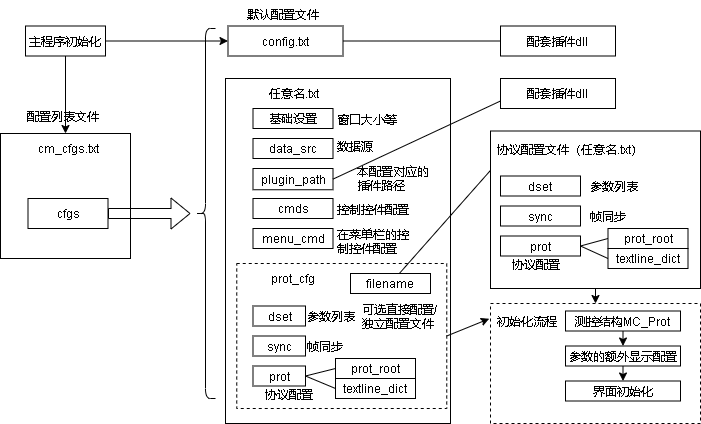
Earlier version of the draw.io export doc/draft/配置结构.png (yangzigy/com_mc). Source tidied: cells renumbered, new cells last; positions are measured from the earlier drawing's top-left corner, leaving out a move shared by most shapes.
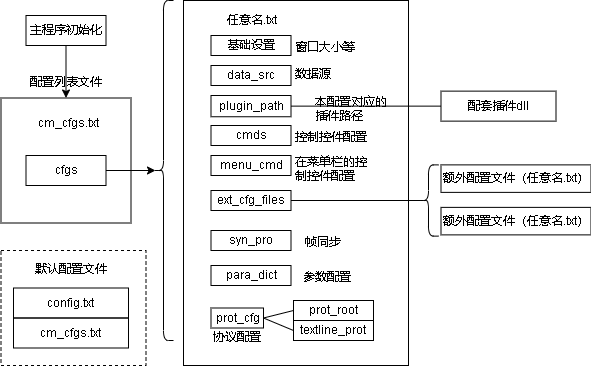
The same file after the commit.

Diff of the diagram source:
```diff
@@ -2,123 +2,85 @@
   <root>
     <mxCell id="0" />
     <mxCell id="1" parent="0" />
-    <mxCell id="2" style="rounded=0;whiteSpace=wrap;html=1;fillColor=none;dashed=1;" parent="1" vertex="1">
-      <mxGeometry x="490" y="302" width="210" height="120" as="geometry" />
-    </mxCell>
     <mxCell id="3" style="rounded=0;whiteSpace=wrap;html=1;fillColor=none;" parent="1" vertex="1">
-      <mxGeometry x="225" y="77" width="225" height="345" as="geometry" />
+      <mxGeometry x="225" y="57" width="225" height="365" as="geometry" />
     </mxCell>
-    <mxCell id="4" style="rounded=0;whiteSpace=wrap;html=1;fillColor=none;dashed=1;" parent="1" vertex="1">
-      <mxGeometry x="236.2" y="262" width="210" height="145" as="geometry" />
-    </mxCell>
-    <mxCell id="5" style="rounded=0;whiteSpace=wrap;html=1;fillColor=none;" parent="1" vertex="1">
-      <mxGeometry x="490" y="129.5" width="210" height="157.5" as="geometry" />
+    <mxCell id="5" value="&lt;span style=&quot;text-align: left&quot;&gt;额外配置文件（任意名.txt）&lt;/span&gt;" style="rounded=0;whiteSpace=wrap;html=1;fillColor=none;" parent="1" vertex="1">
+      <mxGeometry x="482.5" y="221.4" width="150" height="27.5" as="geometry" />
     </mxCell>
-    <mxCell id="6" value="config.txt" style="rounded=0;whiteSpace=wrap;html=1;fillColor=none;" parent="1" vertex="1">
-      <mxGeometry x="227.5" y="24.5" width="115" height="30" as="geometry" />
-    </mxCell>
     <mxCell id="7" style="rounded=0;whiteSpace=wrap;html=1;fillColor=none;" parent="1" vertex="1">
-      <mxGeometry y="132" width="130" height="125" as="geometry" />
+      <mxGeometry x="42.5" y="154.5" width="130" height="125" as="geometry" />
     </mxCell>
     <mxCell id="8" value="cm_cfgs.txt" style="text;html=1;align=center;verticalAlign=middle;strokeColor=none;fillColor=none;" parent="1" vertex="1">
-      <mxGeometry x="30" y="137" width="75" height="20" as="geometry" />
+      <mxGeometry x="72.5" y="169.5" width="75" height="20" as="geometry" />
     </mxCell>
     <mxCell id="9" value="cfgs" style="rounded=0;whiteSpace=wrap;html=1;" parent="1" vertex="1">
-      <mxGeometry x="27.5" y="197" width="80" height="30" as="geometry" />
+      <mxGeometry x="67.5" y="212" width="80" height="30" as="geometry" />
     </mxCell>
     <mxCell id="10" value="基础设置" style="rounded=0;whiteSpace=wrap;html=1;" parent="1" vertex="1">
-      <mxGeometry x="252.5" y="107" width="80" height="20" as="geometry" />
+      <mxGeometry x="252.5" y="92" width="80" height="20" as="geometry" />
     </mxCell>
     <mxCell id="11" value="配置列表文件" style="text;whiteSpace=wrap;html=1;" parent="1" vertex="1">
-      <mxGeometry x="25" y="102" width="80" height="25" as="geometry" />
+      <mxGeometry x="70" y="124.5" width="80" height="25" as="geometry" />
     </mxCell>
-    <mxCell id="12" value="默认配置文件" style="text;whiteSpace=wrap;html=1;" parent="1" vertex="1">
-      <mxGeometry x="245" y="-0.5" width="80" height="25" as="geometry" />
-    </mxCell>
     <mxCell id="13" value="窗口大小等" style="text;whiteSpace=wrap;html=1;" parent="1" vertex="1">
-      <mxGeometry x="335" y="104.5" width="80" height="25" as="geometry" />
+      <mxGeometry x="335" y="89.5" width="80" height="25" as="geometry" />
     </mxCell>
-    <mxCell id="14" style="shape=flexArrow;endArrow=classic;html=1;rounded=0;exitX=1;exitY=0.5;exitDx=0;exitDy=0;" parent="1" edge="1" source="9">
-      <mxGeometry relative="1" as="geometry">
-        <mxPoint x="190" y="212" as="targetPoint" />
-      </mxGeometry>
-    </mxCell>
     <mxCell id="15" style="shape=curlyBracket;whiteSpace=wrap;html=1;rounded=1;" parent="1" vertex="1">
-      <mxGeometry x="195" y="27" width="20" height="370" as="geometry" />
+      <mxGeometry x="195" y="57" width="20" height="340" as="geometry" />
     </mxCell>
     <mxCell id="16" value="任意名.txt" style="text;html=1;align=center;verticalAlign=middle;strokeColor=none;fillColor=none;" parent="1" vertex="1">
-      <mxGeometry x="260" y="82" width="65" height="20" as="geometry" />
+      <mxGeometry x="260" y="67" width="65" height="20" as="geometry" />
     </mxCell>
     <mxCell id="17" value="主程序初始化" style="rounded=0;whiteSpace=wrap;html=1;" parent="1" vertex="1">
-      <mxGeometry x="25" y="24.5" width="80" height="30" as="geometry" />
+      <mxGeometry x="67.5" y="72" width="80" height="30" as="geometry" />
     </mxCell>
     <mxCell id="18" style="endArrow=classic;html=1;rounded=0;exitX=0.5;exitY=1;exitDx=0;exitDy=0;" parent="1" edge="1" source="17" target="7">
       <mxGeometry relative="1" as="geometry" />
     </mxCell>
-    <mxCell id="19" style="endArrow=classic;html=1;rounded=0;" parent="1" edge="1" source="17" target="6">
+    <mxCell id="19" style="endArrow=classic;html=1;rounded=0;entryX=0.1;entryY=0.5;entryDx=0;entryDy=0;entryPerimeter=0;exitX=1;exitY=0.5;exitDx=0;exitDy=0;" parent="1" edge="1" source="9" target="15">
       <mxGeometry relative="1" as="geometry" />
     </mxCell>
     <mxCell id="20" value="data_src" style="rounded=0;whiteSpace=wrap;html=1;" parent="1" vertex="1">
-      <mxGeometry x="252.5" y="137" width="80" height="20" as="geometry" />
+      <mxGeometry x="252.5" y="122" width="80" height="20" as="geometry" />
     </mxCell>
     <mxCell id="21" value="plugin_path" style="rounded=0;whiteSpace=wrap;html=1;" parent="1" vertex="1">
-      <mxGeometry x="252.5" y="167" width="80" height="21.2" as="geometry" />
+      <mxGeometry x="252.5" y="152" width="80" height="21.2" as="geometry" />
     </mxCell>
-    <mxCell id="22" value="dset" style="rounded=0;whiteSpace=wrap;html=1;" parent="1" vertex="1">
-      <mxGeometry x="252.5" y="304.5" width="52.5" height="20" as="geometry" />
-    </mxCell>
     <mxCell id="23" value="cmds" style="rounded=0;whiteSpace=wrap;html=1;" parent="1" vertex="1">
-      <mxGeometry x="252.5" y="197" width="80" height="20" as="geometry" />
+      <mxGeometry x="252.5" y="182" width="80" height="20" as="geometry" />
     </mxCell>
     <mxCell id="24" value="menu_cmd" style="rounded=0;whiteSpace=wrap;html=1;" parent="1" vertex="1">
-      <mxGeometry x="252.5" y="227" width="80" height="20" as="geometry" />
+      <mxGeometry x="252.5" y="212" width="80" height="20" as="geometry" />
     </mxCell>
     <mxCell id="25" value="数据源" style="text;whiteSpace=wrap;html=1;" parent="1" vertex="1">
-      <mxGeometry x="335" y="132" width="80" height="25" as="geometry" />
+      <mxGeometry x="335" y="117" width="80" height="25" as="geometry" />
     </mxCell>
     <mxCell id="26" value="本配置对应的插件路径" style="text;whiteSpace=wrap;html=1;" parent="1" vertex="1">
-      <mxGeometry x="355" y="157" width="80" height="37.5" as="geometry" />
+      <mxGeometry x="355" y="144.5" width="80" height="37.5" as="geometry" />
     </mxCell>
-    <mxCell id="27" value="协议配置文件（任意名.txt）" style="text;whiteSpace=wrap;html=1;" parent="1" vertex="1">
-      <mxGeometry x="495" y="134.5" width="155" height="25" as="geometry" />
-    </mxCell>
     <mxCell id="28" value="控制控件配置" style="text;whiteSpace=wrap;html=1;" parent="1" vertex="1">
-      <mxGeometry x="335" y="194.5" width="80" height="25" as="geometry" />
+      <mxGeometry x="335" y="179.5" width="80" height="25" as="geometry" />
     </mxCell>
     <mxCell id="29" value="在菜单栏的控制控件配置" style="text;whiteSpace=wrap;html=1;" parent="1" vertex="1">
-      <mxGeometry x="335" y="219.5" width="80" height="37.5" as="geometry" />
+      <mxGeometry x="335" y="204.5" width="80" height="37.5" as="geometry" />
     </mxCell>
-    <mxCell id="30" value="配套插件dll" style="rounded=0;whiteSpace=wrap;html=1;fillColor=none;" parent="1" vertex="1">
-      <mxGeometry x="500" y="24.5" width="115" height="30" as="geometry" />
-    </mxCell>
     <mxCell id="31" value="配套插件dll" style="rounded=0;whiteSpace=wrap;html=1;fillColor=none;" parent="1" vertex="1">
-      <mxGeometry x="500" y="77" width="115" height="30" as="geometry" />
+      <mxGeometry x="482.5" y="147.6" width="115" height="30" as="geometry" />
     </mxCell>
-    <mxCell id="32" style="endArrow=none;html=1;rounded=0;exitX=1;exitY=0.5;exitDx=0;exitDy=0;entryX=0;entryY=0.5;entryDx=0;entryDy=0;endFill=0;" parent="1" edge="1" source="6" target="30">
-      <mxGeometry relative="1" as="geometry" />
-    </mxCell>
-    <mxCell id="33" style="endArrow=none;html=1;rounded=0;exitX=1;exitY=0.5;exitDx=0;exitDy=0;entryX=0;entryY=0.75;entryDx=0;entryDy=0;endFill=0;" parent="1" edge="1" source="21" target="31">
+    <mxCell id="33" style="endArrow=none;html=1;rounded=0;exitX=1;exitY=0.5;exitDx=0;exitDy=0;entryX=0;entryY=0.5;entryDx=0;entryDy=0;endFill=0;" parent="1" edge="1" source="21" target="31">
       <mxGeometry relative="1" as="geometry" />
     </mxCell>
-    <mxCell id="34" value="sync" style="rounded=0;whiteSpace=wrap;html=1;" parent="1" vertex="1">
-      <mxGeometry x="252.5" y="334.5" width="52.5" height="20" as="geometry" />
-    </mxCell>
-    <mxCell id="35" value="参数列表" style="text;whiteSpace=wrap;html=1;" parent="1" vertex="1">
-      <mxGeometry x="305" y="302" width="50" height="25" as="geometry" />
-    </mxCell>
-    <mxCell id="36" value="帧同步" style="text;whiteSpace=wrap;html=1;" parent="1" vertex="1">
-      <mxGeometry x="305" y="332" width="45" height="25" as="geometry" />
-    </mxCell>
-    <mxCell id="37" value="prot" style="rounded=0;whiteSpace=wrap;html=1;" parent="1" vertex="1">
+    <mxCell id="37" value="prot_cfg" style="rounded=0;whiteSpace=wrap;html=1;" parent="1" vertex="1">
       <mxGeometry x="252.5" y="364.5" width="52.5" height="20" as="geometry" />
     </mxCell>
     <mxCell id="38" value="协议配置" style="text;whiteSpace=wrap;html=1;" parent="1" vertex="1">
-      <mxGeometry x="262.5" y="379.5" width="60" height="25" as="geometry" />
+      <mxGeometry x="252.5" y="379.5" width="60" height="25" as="geometry" />
     </mxCell>
     <mxCell id="39" value="prot_root" style="rounded=0;whiteSpace=wrap;html=1;" parent="1" vertex="1">
       <mxGeometry x="335" y="357" width="80" height="20" as="geometry" />
     </mxCell>
-    <mxCell id="40" value="textline_dict" style="rounded=0;whiteSpace=wrap;html=1;" parent="1" vertex="1">
+    <mxCell id="40" value="textline_prot" style="rounded=0;whiteSpace=wrap;html=1;" parent="1" vertex="1">
       <mxGeometry x="335" y="377" width="80" height="20" as="geometry" />
     </mxCell>
     <mxCell id="41" style="endArrow=none;html=1;rounded=0;exitX=1;exitY=0.5;exitDx=0;exitDy=0;entryX=0;entryY=0.5;entryDx=0;entryDy=0;endFill=0;" parent="1" edge="1" source="37" target="40">
@@ -127,71 +89,41 @@
     <mxCell id="42" style="endArrow=none;html=1;rounded=0;exitX=1;exitY=0.5;exitDx=0;exitDy=0;entryX=0;entryY=0.5;entryDx=0;entryDy=0;endFill=0;" parent="1" edge="1" source="37" target="39">
       <mxGeometry relative="1" as="geometry" />
     </mxCell>
-    <mxCell id="43" value="prot_cfg" style="rounded=0;whiteSpace=wrap;html=1;strokeColor=none;" parent="1" vertex="1">
-      <mxGeometry x="252.5" y="267" width="80" height="20" as="geometry" />
-    </mxCell>
-    <mxCell id="44" value="可选直接配置/独立配置文件" style="text;whiteSpace=wrap;html=1;" parent="1" vertex="1">
-      <mxGeometry x="360" y="294.5" width="80" height="37.5" as="geometry" />
-    </mxCell>
-    <mxCell id="45" style="endArrow=none;html=1;rounded=0;endFill=0;entryX=0;entryY=0.25;entryDx=0;entryDy=0;" parent="1" edge="1" source="60" target="5">
+    <mxCell id="45" style="endArrow=none;html=1;rounded=0;endFill=0;entryX=0.1;entryY=0.5;entryDx=0;entryDy=0;entryPerimeter=0;exitX=1;exitY=0.5;exitDx=0;exitDy=0;" parent="1" edge="1" source="60" target="67">
       <mxGeometry relative="1" as="geometry" />
     </mxCell>
-    <mxCell id="46" value="dset" style="rounded=0;whiteSpace=wrap;html=1;" parent="1" vertex="1">
-      <mxGeometry x="500" y="174.5" width="80" height="20" as="geometry" />
-    </mxCell>
-    <mxCell id="47" value="sync" style="rounded=0;whiteSpace=wrap;html=1;" parent="1" vertex="1">
-      <mxGeometry x="500" y="204.5" width="80" height="20" as="geometry" />
-    </mxCell>
-    <mxCell id="48" value="参数列表" style="text;whiteSpace=wrap;html=1;" parent="1" vertex="1">
-      <mxGeometry x="587.5" y="172" width="80" height="25" as="geometry" />
-    </mxCell>
-    <mxCell id="49" value="帧同步" style="text;whiteSpace=wrap;html=1;" parent="1" vertex="1">
-      <mxGeometry x="587.5" y="202" width="80" height="25" as="geometry" />
-    </mxCell>
-    <mxCell id="50" value="prot" style="rounded=0;whiteSpace=wrap;html=1;" parent="1" vertex="1">
-      <mxGeometry x="500" y="234.5" width="80" height="20" as="geometry" />
-    </mxCell>
-    <mxCell id="51" value="协议配置" style="text;whiteSpace=wrap;html=1;" parent="1" vertex="1">
-      <mxGeometry x="510" y="249.5" width="60" height="25" as="geometry" />
-    </mxCell>
-    <mxCell id="52" value="prot_root" style="rounded=0;whiteSpace=wrap;html=1;" parent="1" vertex="1">
-      <mxGeometry x="607.5" y="227" width="80" height="20" as="geometry" />
-    </mxCell>
-    <mxCell id="53" value="textline_dict" style="rounded=0;whiteSpace=wrap;html=1;" parent="1" vertex="1">
-      <mxGeometry x="607.5" y="247" width="80" height="20" as="geometry" />
-    </mxCell>
-    <mxCell id="54" style="endArrow=none;html=1;rounded=0;exitX=1;exitY=0.5;exitDx=0;exitDy=0;entryX=0;entryY=0.5;entryDx=0;entryDy=0;endFill=0;" parent="1" edge="1" source="50" target="53">
-      <mxGeometry relative="1" as="geometry" />
-    </mxCell>
-    <mxCell id="55" style="endArrow=none;html=1;rounded=0;exitX=1;exitY=0.5;exitDx=0;exitDy=0;entryX=0;entryY=0.5;entryDx=0;entryDy=0;endFill=0;" parent="1" edge="1" source="50" target="52">
-      <mxGeometry relative="1" as="geometry" />
-    </mxCell>
-    <mxCell id="56" value="测控结构MC_Prot" style="rounded=0;whiteSpace=wrap;html=1;" parent="1" vertex="1">
-      <mxGeometry x="565" y="309.5" width="115" height="20" as="geometry" />
-    </mxCell>
-    <mxCell id="57" style="endArrow=classic;html=1;rounded=0;exitX=0.5;exitY=1;exitDx=0;exitDy=0;entryX=0.5;entryY=0;entryDx=0;entryDy=0;" parent="1" edge="1" source="5" target="2">
-      <mxGeometry relative="1" as="geometry" />
-    </mxCell>
-    <mxCell id="58" style="endArrow=classic;html=1;rounded=0;exitX=1;exitY=0.5;exitDx=0;exitDy=0;entryX=-0.006;entryY=0.127;entryDx=0;entryDy=0;entryPerimeter=0;" parent="1" edge="1" source="4" target="2">
-      <mxGeometry relative="1" as="geometry" />
-    </mxCell>
-    <mxCell id="59" value="参数的额外显示配置" style="rounded=0;whiteSpace=wrap;html=1;" parent="1" vertex="1">
-      <mxGeometry x="565" y="344.5" width="115" height="20" as="geometry" />
-    </mxCell>
-    <mxCell id="60" value="filename" style="rounded=0;whiteSpace=wrap;html=1;" parent="1" vertex="1">
-      <mxGeometry x="350" y="272" width="80" height="20" as="geometry" />
+    <mxCell id="60" value="ext_cfg_files" style="rounded=0;whiteSpace=wrap;html=1;" parent="1" vertex="1">
+      <mxGeometry x="252.5" y="247" width="80" height="20" as="geometry" />
     </mxCell>
-    <mxCell id="61" value="初始化流程" style="text;whiteSpace=wrap;html=1;" parent="1" vertex="1">
-      <mxGeometry x="495" y="307" width="80" height="25" as="geometry" />
-    </mxCell>
-    <mxCell id="62" style="endArrow=classic;html=1;rounded=0;exitX=0.5;exitY=1;exitDx=0;exitDy=0;" parent="1" edge="1" source="56" target="59">
-      <mxGeometry relative="1" as="geometry" />
-    </mxCell>
-    <mxCell id="63" value="界面初始化" style="rounded=0;whiteSpace=wrap;html=1;" parent="1" vertex="1">
-      <mxGeometry x="565" y="379.5" width="115" height="20" as="geometry" />
-    </mxCell>
-    <mxCell id="64" style="endArrow=classic;html=1;rounded=0;exitX=0.5;exitY=1;exitDx=0;exitDy=0;" parent="1" edge="1" source="59" target="63">
-      <mxGeometry relative="1" as="geometry" />
-    </mxCell>
+    <mxCell id="12" value="默认配置文件" style="text;whiteSpace=wrap;html=1;" parent="1" vertex="1">
+      <mxGeometry x="75" y="312" width="80" height="25" as="geometry" />
+    </mxCell>
+    <mxCell id="6" value="config.txt" style="rounded=0;whiteSpace=wrap;html=1;fillColor=none;" parent="1" vertex="1">
+      <mxGeometry x="55" y="344.5" width="115" height="30" as="geometry" />
+    </mxCell>
+    <mxCell id="65" value="cm_cfgs.txt" style="rounded=0;whiteSpace=wrap;html=1;fillColor=none;" parent="1" vertex="1">
+      <mxGeometry x="55" y="374.5" width="115" height="30" as="geometry" />
+    </mxCell>
+    <mxCell id="66" style="rounded=0;whiteSpace=wrap;html=1;fillColor=none;dashed=1;" parent="1" vertex="1">
+      <mxGeometry x="42.5" y="307" width="145" height="115" as="geometry" />
+    </mxCell>
+    <mxCell id="67" style="shape=curlyBracket;whiteSpace=wrap;html=1;rounded=1;" parent="1" vertex="1">
+      <mxGeometry x="460" y="221.4" width="20" height="71.2" as="geometry" />
+    </mxCell>
+    <mxCell id="68" value="&lt;span style=&quot;text-align: left&quot;&gt;额外配置文件（任意名.txt）&lt;/span&gt;" style="rounded=0;whiteSpace=wrap;html=1;fillColor=none;" parent="1" vertex="1">
+      <mxGeometry x="482.5" y="263.9" width="150" height="27.5" as="geometry" />
+    </mxCell>
+    <mxCell id="69" value="syn_pro" style="rounded=0;whiteSpace=wrap;html=1;" parent="1" vertex="1">
+      <mxGeometry x="252.5" y="287" width="80" height="20" as="geometry" />
+    </mxCell>
+    <mxCell id="70" value="帧同步" style="text;whiteSpace=wrap;html=1;" parent="1" vertex="1">
+      <mxGeometry x="345" y="284.5" width="45" height="25" as="geometry" />
+    </mxCell>
+    <mxCell id="71" value="para_dict" style="rounded=0;whiteSpace=wrap;html=1;" parent="1" vertex="1">
+      <mxGeometry x="252.5" y="322" width="80" height="20" as="geometry" />
+    </mxCell>
+    <mxCell id="72" value="参数配置" style="text;whiteSpace=wrap;html=1;" parent="1" vertex="1">
+      <mxGeometry x="342.5" y="319.5" width="55" height="25" as="geometry" />
+    </mxCell>
   </root>
 </mxGraphModel>
```
